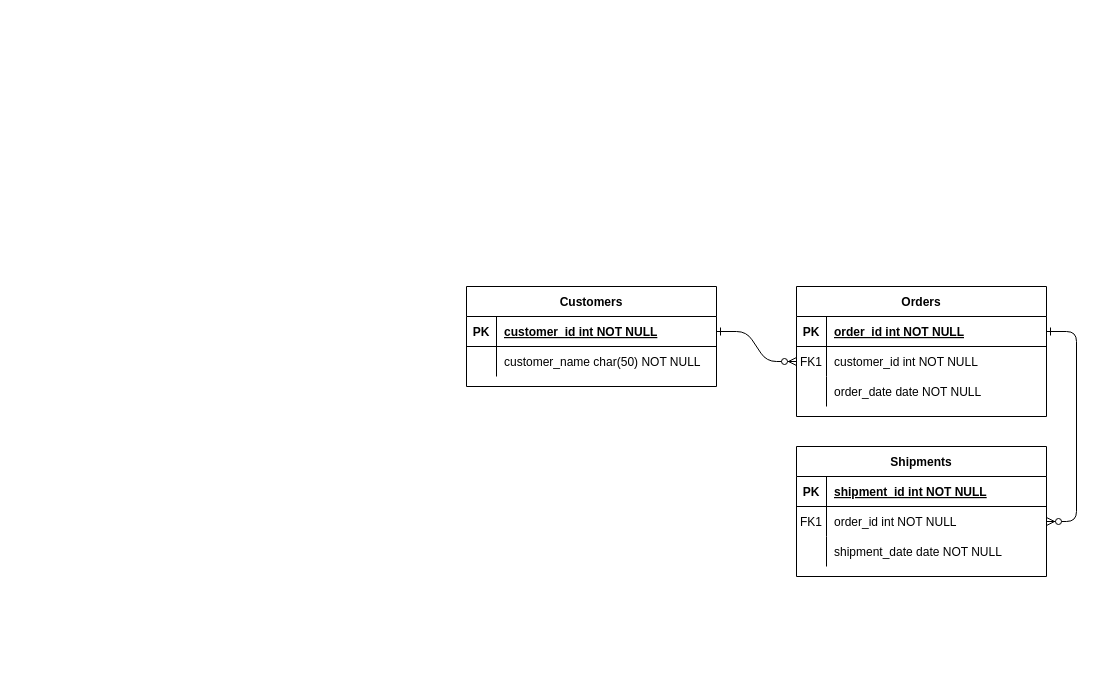
Earlier version of the draw.io diagram Untitled Diagram.drawio (wonjongah/wonjongah.github.io). Source tidied: cells renumbered, new cells numbered last; positions are measured from the earlier drawing's top-left corner, leaving out a move shared by most shapes. Both pictures are drawn from the tidied source at 100%, with x=0, y=0 at pixel (466, 286).
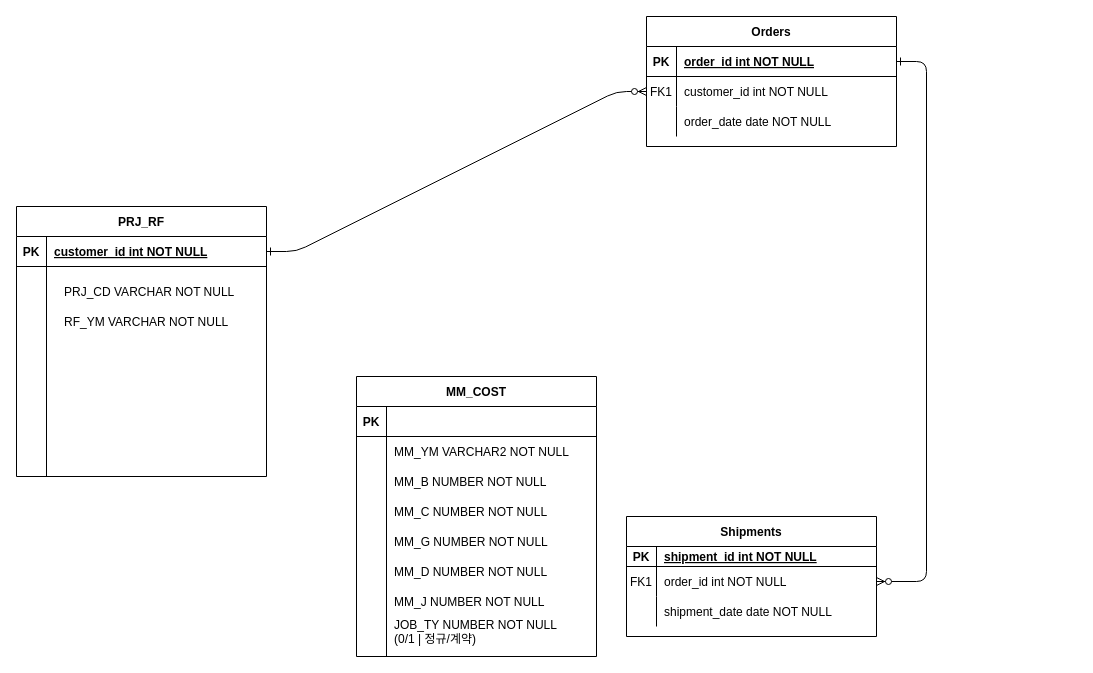
The same page after the edit.

The edit, as a diff of the source:
```diff
@@
     <mxCell id="4" value="Orders" style="shape=table;startSize=30;childLayout=tableLayout;rowLines=0;fontStyle=1;align=center;" parent="1" vertex="1">
-      <mxGeometry x="330" width="250" height="130" as="geometry" />
+      <mxGeometry x="180" y="-270" width="250" height="130" as="geometry" />
     </mxCell>
@@
     <mxCell id="14" value="Shipments" style="shape=table;startSize=30;childLayout=tableLayout;rowLines=0;fontStyle=1;align=center;" parent="1" vertex="1">
-      <mxGeometry x="330" y="160" width="250" height="130" as="geometry" />
+      <mxGeometry x="160" y="230" width="250" height="120" as="geometry" />
     </mxCell>
     <mxCell id="15" style="shape=partialRectangle;fillColor=none;top=0;left=0;right=0;bottom=1;" parent="14" vertex="1">
-      <mxGeometry y="30" width="250" height="30" as="geometry" />
+      <mxGeometry y="30" width="250" height="20" as="geometry" />
     </mxCell>
     <mxCell id="16" value="PK" style="shape=partialRectangle;overflow=hidden;fillColor=none;top=0;left=0;bottom=0;right=0;fontStyle=1;" parent="15" vertex="1">
-      <mxGeometry width="30" height="30" as="geometry" />
+      <mxGeometry width="30" height="20" as="geometry" />
     </mxCell>
     <mxCell id="17" value="shipment_id int NOT NULL " style="shape=partialRectangle;overflow=hidden;fillColor=none;top=0;left=0;bottom=0;right=0;align=left;spacingLeft=6;fontStyle=5;" parent="15" vertex="1">
-      <mxGeometry x="30" width="220" height="30" as="geometry" />
+      <mxGeometry x="30" width="220" height="20" as="geometry" />
     </mxCell>
     <mxCell id="18" style="shape=partialRectangle;fillColor=none;points=[[0,0.5],[1,0.5]];portConstraint=eastwest;top=0;left=0;right=0;bottom=0;" parent="14" vertex="1">
-      <mxGeometry y="60" width="250" height="30" as="geometry" />
+      <mxGeometry y="50" width="250" height="30" as="geometry" />
     </mxCell>
@@
     <mxCell id="21" style="shape=partialRectangle;fillColor=none;top=0;left=0;right=0;bottom=0;" parent="14" vertex="1">
-      <mxGeometry y="90" width="250" height="30" as="geometry" />
+      <mxGeometry y="80" width="250" height="30" as="geometry" />
     </mxCell>
@@
-    <mxCell id="24" value="Customers" style="shape=table;startSize=30;childLayout=tableLayout;rowLines=0;fontStyle=1;align=center;" parent="1" vertex="1">
-      <mxGeometry width="250" height="100" as="geometry" />
+    <mxCell id="24" value="PRJ_RF" style="shape=table;startSize=30;childLayout=tableLayout;rowLines=0;fontStyle=1;align=center;" parent="1" vertex="1">
+      <mxGeometry x="-450" y="-80" width="250" height="270" as="geometry" />
     </mxCell>
@@
     <mxCell id="28" style="shape=partialRectangle;fillColor=none;top=0;left=0;right=0;bottom=0;" parent="24" vertex="1">
-      <mxGeometry y="60" width="250" height="30" as="geometry" />
+      <mxGeometry y="60" width="250" height="210" as="geometry" />
     </mxCell>
     <mxCell id="29" style="shape=partialRectangle;overflow=hidden;fillColor=none;top=0;left=0;bottom=0;right=0;" parent="28" vertex="1">
-      <mxGeometry width="30" height="30" as="geometry" />
+      <mxGeometry width="30" height="210" as="geometry" />
     </mxCell>
-    <mxCell id="30" value="customer_name char(50) NOT NULL" style="shape=partialRectangle;overflow=hidden;fillColor=none;top=0;left=0;bottom=0;right=0;align=left;spacingLeft=6;" parent="28" vertex="1">
-      <mxGeometry x="30" width="220" height="30" as="geometry" />
+    <mxCell id="30" style="shape=partialRectangle;overflow=hidden;fillColor=none;top=0;left=0;bottom=0;right=0;align=left;spacingLeft=6;" parent="28" vertex="1">
+      <mxGeometry x="30" width="220" height="210" as="geometry" />
     </mxCell>
+    <mxCell id="31" value="PRJ_CD VARCHAR NOT NULL" style="shape=partialRectangle;overflow=hidden;fillColor=none;top=0;left=0;bottom=0;right=0;align=left;spacingLeft=6;" parent="1" vertex="1">
+      <mxGeometry x="-410" y="-10" width="220" height="30" as="geometry" />
+    </mxCell>
+    <mxCell id="32" value="RF_YM VARCHAR NOT NULL" style="shape=partialRectangle;overflow=hidden;fillColor=none;top=0;left=0;bottom=0;right=0;align=left;spacingLeft=6;" parent="1" vertex="1">
+      <mxGeometry x="-410" y="20" width="220" height="30" as="geometry" />
+    </mxCell>
+    <mxCell id="33" value="MM_COST" style="shape=table;startSize=30;childLayout=tableLayout;rowLines=0;fontStyle=1;align=center;" parent="1" vertex="1">
+      <mxGeometry x="-110" y="90" width="240" height="280" as="geometry" />
+    </mxCell>
+    <mxCell id="34" style="shape=partialRectangle;fillColor=none;top=0;left=0;right=0;bottom=1;" parent="33" vertex="1">
+      <mxGeometry y="30" width="240" height="30" as="geometry" />
+    </mxCell>
+    <mxCell id="35" value="PK" style="shape=partialRectangle;overflow=hidden;fillColor=none;top=0;left=0;bottom=0;right=0;fontStyle=1;" parent="34" vertex="1">
+      <mxGeometry width="30" height="30" as="geometry" />
+    </mxCell>
+    <mxCell id="36" style="shape=partialRectangle;overflow=hidden;fillColor=none;top=0;left=0;bottom=0;right=0;align=left;spacingLeft=6;fontStyle=5;" parent="34" vertex="1">
+      <mxGeometry x="30" width="210" height="30" as="geometry" />
+    </mxCell>
+    <mxCell id="37" style="shape=partialRectangle;fillColor=none;top=0;left=0;right=0;bottom=0;" parent="33" vertex="1">
+      <mxGeometry y="60" width="240" height="220" as="geometry" />
+    </mxCell>
+    <mxCell id="38" style="shape=partialRectangle;overflow=hidden;fillColor=none;top=0;left=0;bottom=0;right=0;" parent="37" vertex="1">
+      <mxGeometry width="30" height="220" as="geometry" />
+    </mxCell>
+    <mxCell id="39" style="shape=partialRectangle;overflow=hidden;fillColor=none;top=0;left=0;bottom=0;right=0;align=left;spacingLeft=6;" parent="37" vertex="1">
+      <mxGeometry x="30" width="210" height="220" as="geometry" />
+    </mxCell>
+    <mxCell id="40" style="shape=partialRectangle;fillColor=none;top=0;left=0;right=0;bottom=0;" parent="1" vertex="1">
+      <mxGeometry x="-80" y="150" width="250" height="30" as="geometry" />
+    </mxCell>
+    <mxCell id="41" value="MM_YM VARCHAR2 NOT NULL" style="shape=partialRectangle;overflow=hidden;fillColor=none;top=0;left=0;bottom=0;right=0;align=left;spacingLeft=6;" parent="1" vertex="1">
+      <mxGeometry x="-80" y="150" width="220" height="30" as="geometry" />
+    </mxCell>
+    <mxCell id="42" value="MM_B NUMBER NOT NULL" style="shape=partialRectangle;overflow=hidden;fillColor=none;top=0;left=0;bottom=0;right=0;align=left;spacingLeft=6;" parent="1" vertex="1">
+      <mxGeometry x="-80" y="180" width="220" height="30" as="geometry" />
+    </mxCell>
+    <mxCell id="43" value="MM_C NUMBER NOT NULL" style="shape=partialRectangle;overflow=hidden;fillColor=none;top=0;left=0;bottom=0;right=0;align=left;spacingLeft=6;" parent="1" vertex="1">
+      <mxGeometry x="-80" y="210" width="220" height="30" as="geometry" />
+    </mxCell>
+    <mxCell id="44" value="MM_G NUMBER NOT NULL" style="shape=partialRectangle;overflow=hidden;fillColor=none;top=0;left=0;bottom=0;right=0;align=left;spacingLeft=6;" parent="1" vertex="1">
+      <mxGeometry x="-80" y="240" width="220" height="30" as="geometry" />
+    </mxCell>
+    <mxCell id="45" value="MM_D NUMBER NOT NULL" style="shape=partialRectangle;overflow=hidden;fillColor=none;top=0;left=0;bottom=0;right=0;align=left;spacingLeft=6;" parent="1" vertex="1">
+      <mxGeometry x="-80" y="270" width="220" height="30" as="geometry" />
+    </mxCell>
+    <mxCell id="46" value="MM_J NUMBER NOT NULL" style="shape=partialRectangle;overflow=hidden;fillColor=none;top=0;left=0;bottom=0;right=0;align=left;spacingLeft=6;" parent="1" vertex="1">
+      <mxGeometry x="-80" y="300" width="220" height="30" as="geometry" />
+    </mxCell>
+    <mxCell id="47" value="JOB_TY NUMBER NOT NULL&#10;(0/1 | 정규/계약)" style="shape=partialRectangle;overflow=hidden;fillColor=none;top=0;left=0;bottom=0;right=0;align=left;spacingLeft=6;" parent="1" vertex="1">
+      <mxGeometry x="-80" y="330" width="220" height="30" as="geometry" />
+    </mxCell>
```
